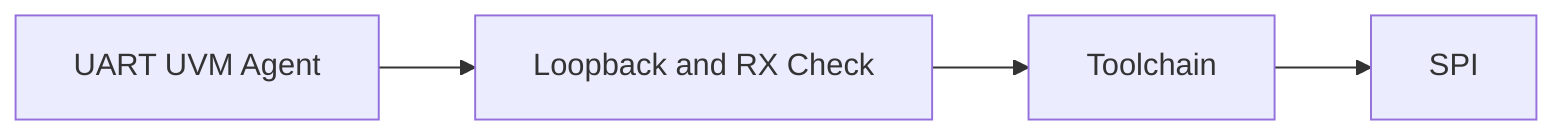
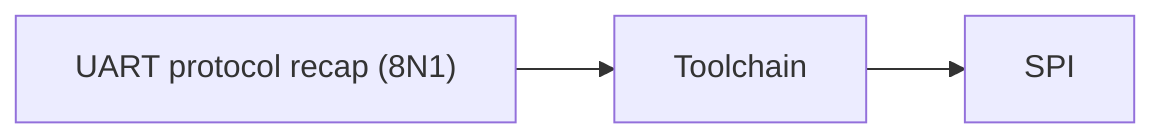
flowchart LR
-   T1["UART UVM Agent"]
-   T2["Loopback and RX Check"]
+   T1["UART protocol recap (8N1)"]
+   T2["Toolchain"]
  T1 --> T2
-   T3["Toolchain"]
-   T2 --> T3
-   T3 --> N["SPI"]
+   T2 --> N["SPI"]
